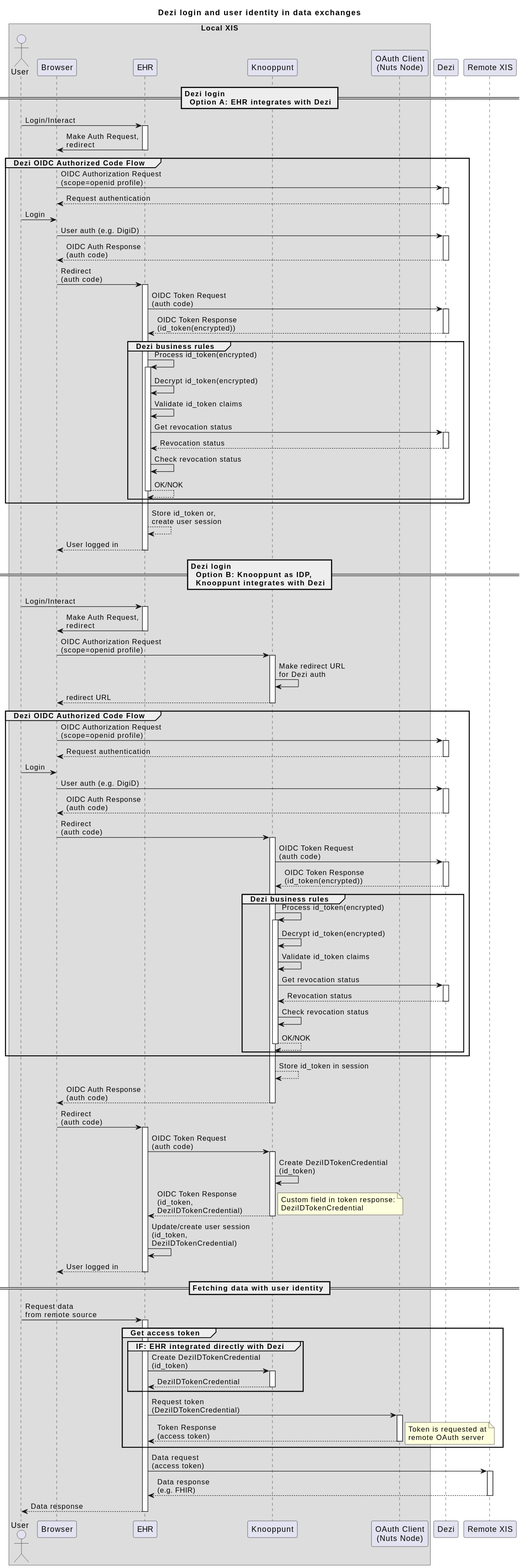
Earlier version of the PlantUML export docs/images/authentication-sd.svg (nuts-foundation/nuts-knooppunt).
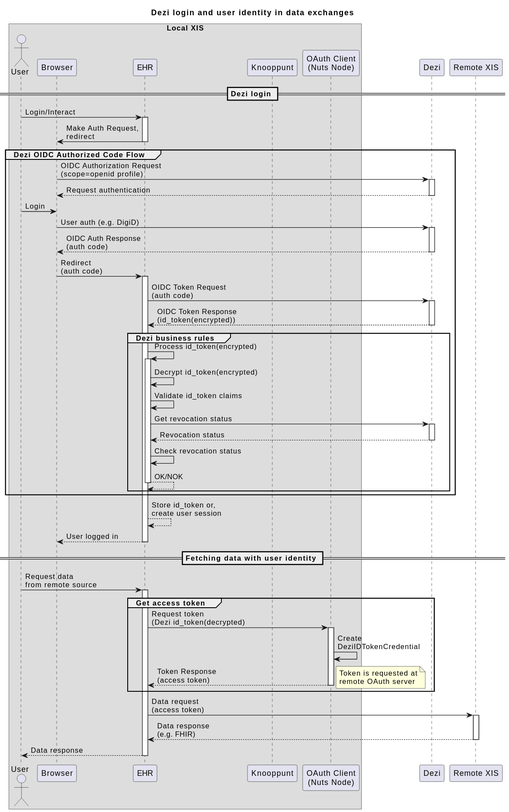
Later version of the same file.

Commit message:
Removed option b (Knooppunt integrates with Knooppunt OIDC)

Change to the diagram source:
```diff
@@ -11,7 +11,7 @@
 participant Dezi
 participant RemoteXIS as "Remote XIS"
 
-== Dezi login\n  Option A: EHR integrates with Dezi ==
+== Dezi login ==
 User -> EHR : Login/Interact
 activate EHR
 EHR -> Browser : Make Auth Request,\nredirect
@@ -51,74 +51,13 @@
 EHR --> Browser : User logged in
 deactivate EHR
 
-== Dezi login\n  Option B: Knooppunt as IDP,\n  Knooppunt integrates with Dezi ==
-User -> EHR : Login/Interact
-activate EHR
-EHR -> Browser : Make Auth Request,\nredirect
-deactivate EHR
-Browser -> Knooppunt : OIDC Authorization Request\n(scope=openid profile)
-activate Knooppunt
-Knooppunt -> Knooppunt : Make redirect URL\nfor Dezi auth
-Knooppunt --> Browser : redirect URL
-deactivate Knooppunt
-group Dezi OIDC Authorized Code Flow
-Browser -> Dezi : OIDC Authorization Request\n(scope=openid profile)
-activate Dezi
-Dezi --> Browser : Request authentication
-deactivate Dezi
-
-User -> Browser : Login
-Browser -> Dezi : User auth (e.g. DigiD)
-activate Dezi
-Dezi --> Browser : OIDC Auth Response\n(auth code)
-deactivate Dezi
-Browser -> Knooppunt : Redirect\n(auth code)
-activate Knooppunt
-Knooppunt -> Dezi : OIDC Token Request\n(auth code)
-activate Dezi
-    Dezi --> Knooppunt : OIDC Token Response\n(id_token(encrypted))
-deactivate Dezi
-group Dezi business rules
-    Knooppunt -> Knooppunt : Process id_token(encrypted)
-    activate Knooppunt
-    Knooppunt -> Knooppunt : Decrypt id_token(encrypted)
-    Knooppunt -> Knooppunt : Validate id_token claims
-    Knooppunt -> Dezi : Get revocation status
-    activate Dezi
-    Dezi --> Knooppunt : Revocation status
-    deactivate Dezi
-    Knooppunt -> Knooppunt : Check revocation status
-    Knooppunt --> Knooppunt : OK/NOK
-    deactivate Knooppunt
-end group
-end group
-Knooppunt --> Knooppunt : Store id_token in session
-Knooppunt --> Browser : OIDC Auth Response\n(auth code)
-deactivate Knooppunt
-Browser -> EHR : Redirect\n(auth code)
-activate EHR
-EHR -> Knooppunt : OIDC Token Request\n(auth code)
-activate Knooppunt
-    Knooppunt -> Knooppunt : Create DeziIDTokenCredential\n(id_token)
-    Knooppunt --> EHR : OIDC Token Response\n(id_token,\nDeziIDTokenCredential)
-    note right : Custom field in token response:\nDeziIDTokenCredential
-deactivate Knooppunt
-EHR -> EHR : Update/create user session\n(id_token,\nDeziIDTokenCredential)
-EHR --> Browser : User logged in
-deactivate EHR
-
 == Fetching data with user identity ==
 User -> EHR : Request data\nfrom remote source
 activate EHR
 group Get access token
-    group IF: EHR integrated directly with Dezi
-    EHR -> Knooppunt : Create DeziIDTokenCredential\n(id_token)
-    activate Knooppunt
-    Knooppunt --> EHR : DeziIDTokenCredential
-    deactivate Knooppunt
-    end group
-    EHR -> AuthClient : Request token\n(DeziIDTokenCredential)
+    EHR -> AuthClient : Request token\n(Dezi id_token(decrypted)
     activate AuthClient
+    AuthClient -> AuthClient : Create\nDeziIDTokenCredential
     AuthClient --> EHR : Token Response\n(access token)
     note right : Token is requested at\nremote OAuth server
     deactivate AuthClient
```
